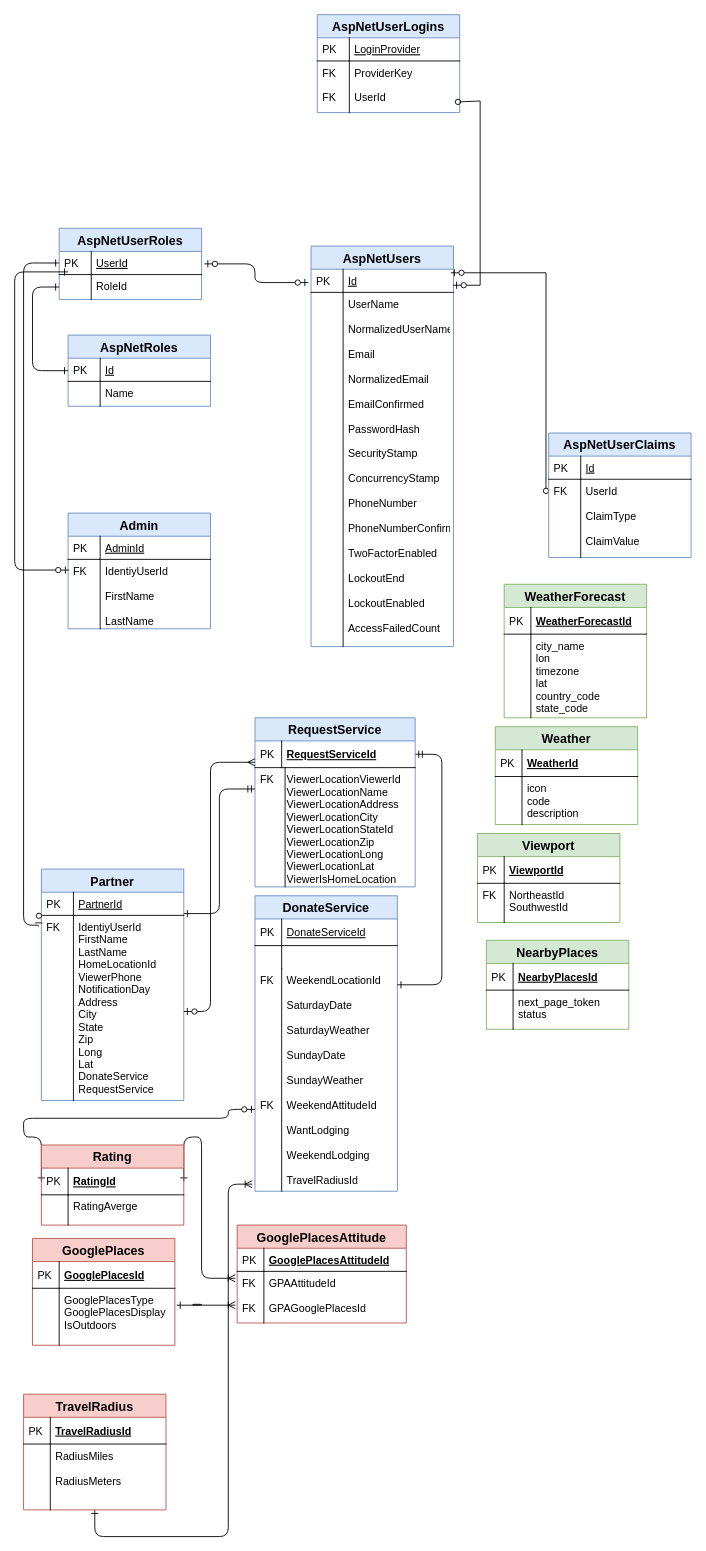
lybargerp2000/Community_Partners keeps this draw.io diagram as CommunityPartners-ER-Diagram.drawio. Above is the earlier version. Source tidied: cells renumbered, new cells numbered last; positions are measured from the earlier drawing's top-left corner, leaving out a move shared by most shapes. Both pictures are drawn from the tidied source at 89%, with x=0, y=0 at pixel (14, 14).
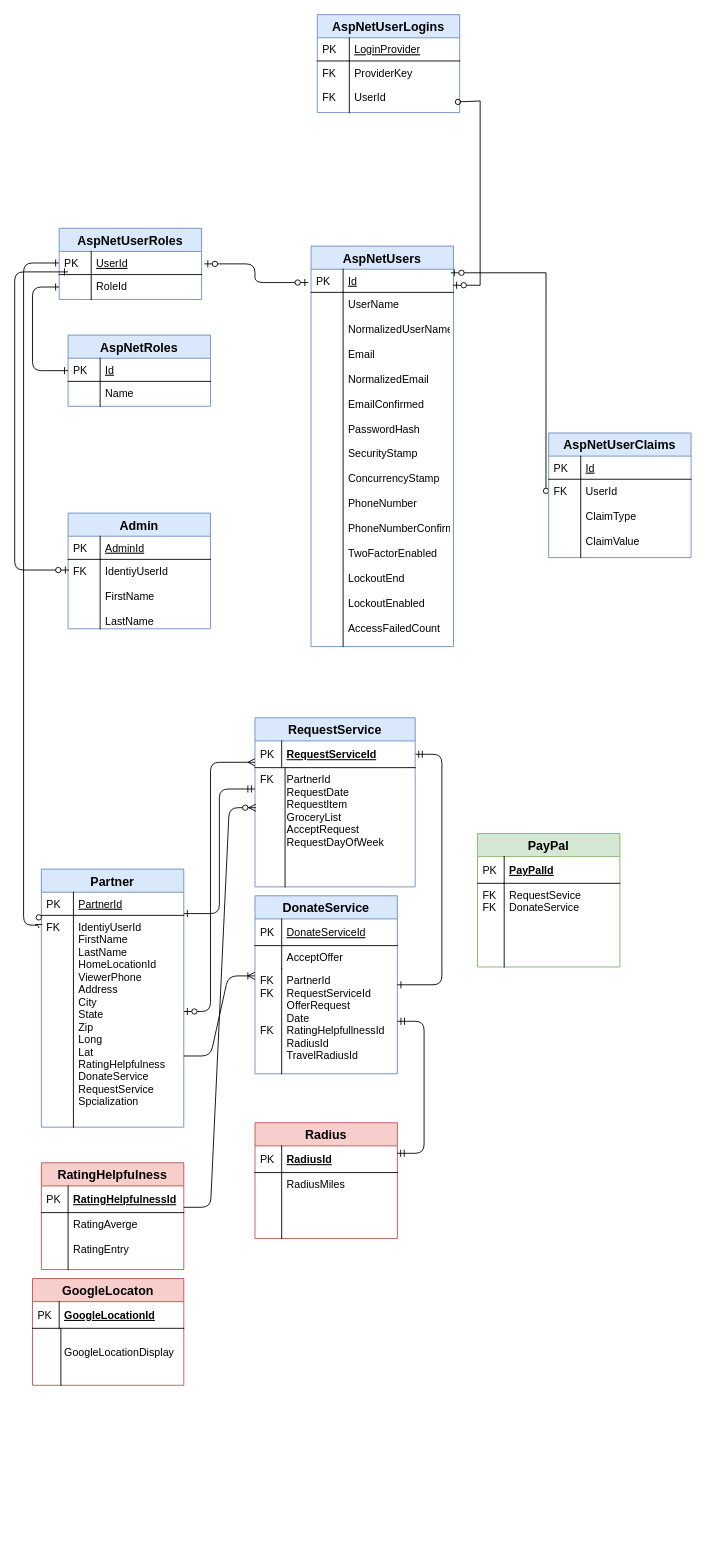
The same diagram, later.

Unchanged cells that the change refers to:
```xml
<mxCell id="15" value="RequestService" style="swimlane;fontStyle=1;horizontal=1;startSize=26;align=center;fontSize=14;fillColor=#dae8fc;strokeColor=#6c8ebf;" parent="1" vertex="1">
  <mxGeometry x="270" y="790" width="180" height="190" as="geometry" />
</mxCell>
```

Diff of the diagram source:
```diff
@@
     <mxCell id="2" value="Partner" style="swimlane;fontStyle=1;horizontal=1;startSize=26;rounded=0;shadow=0;strokeWidth=1;fontSize=14;fillColor=#dae8fc;strokeColor=#6c8ebf;" parent="1" vertex="1">
-      <mxGeometry x="30" y="960" width="160" height="260" as="geometry" />
+      <mxGeometry x="30" y="960" width="160" height="290" as="geometry" />
     </mxCell>
@@
-    <mxCell id="5" value="IdentiyUserId&#10;FirstName&#10;LastName&#10;HomeLocationId&#10;ViewerPhone&#10;NotificationDay&#10;Address&#10;City&#10;State&#10;Zip&#10;Long&#10;Lat&#10;DonateService&#10;RequestService" style="shape=partialRectangle;top=0;left=0;right=0;bottom=0;align=left;verticalAlign=top;fillColor=none;spacingLeft=40;spacingRight=4;overflow=hidden;points=[[0,0.5],[1,0.5]];portConstraint=eastwest;rounded=0;shadow=0;strokeWidth=1;" parent="2" vertex="1">
-      <mxGeometry y="52" width="160" height="208" as="geometry" />
+    <mxCell id="5" value="IdentiyUserId&#10;FirstName&#10;LastName&#10;HomeLocationId&#10;ViewerPhone&#10;Address&#10;City&#10;State&#10;Zip&#10;Long&#10;Lat&#10;RatingHelpfulness&#10;DonateService&#10;RequestService&#10;Spcialization" style="shape=partialRectangle;top=0;left=0;right=0;bottom=0;align=left;verticalAlign=top;fillColor=none;spacingLeft=40;spacingRight=4;overflow=hidden;points=[[0,0.5],[1,0.5]];portConstraint=eastwest;rounded=0;shadow=0;strokeWidth=1;" parent="2" vertex="1">
+      <mxGeometry y="52" width="160" height="238" as="geometry" />
     </mxCell>
     <mxCell id="6" value="FK&#10;" style="shape=partialRectangle;top=0;left=0;bottom=0;fillColor=none;align=left;verticalAlign=top;spacingLeft=4;spacingRight=4;overflow=hidden;" parent="5" vertex="1">
-      <mxGeometry width="36" height="208" as="geometry" />
+      <mxGeometry width="36" height="238" as="geometry" />
     </mxCell>
     <mxCell id="7" value="DonateService" style="swimlane;fontStyle=1;horizontal=1;startSize=26;align=center;fontSize=14;fillColor=#dae8fc;strokeColor=#6c8ebf;" parent="1" vertex="1">
-      <mxGeometry x="270" y="990" width="160" height="332" as="geometry" />
+      <mxGeometry x="270" y="990" width="160" height="200" as="geometry" />
     </mxCell>
@@
-    <mxCell id="10" style="shape=partialRectangle;top=0;left=0;right=0;bottom=0;align=left;verticalAlign=top;fillColor=none;spacingLeft=34;spacingRight=4;overflow=hidden;fontSize=12;" parent="7" vertex="1">
+    <mxCell id="10" value="AcceptOffer" style="shape=partialRectangle;top=0;left=0;right=0;bottom=0;align=left;verticalAlign=top;fillColor=none;spacingLeft=34;spacingRight=4;overflow=hidden;fontSize=12;" parent="7" vertex="1">
       <mxGeometry y="56" width="160" height="26" as="geometry" />
     </mxCell>
@@
-    <mxCell id="12" value="WeekendLocationId&#10;&#10;SaturdayDate&#10;&#10;SaturdayWeather&#10;&#10;SundayDate&#10;&#10;SundayWeather&#10;&#10;WeekendAttitudeId&#10;&#10;WantLodging&#10;&#10;WeekendLodging&#10;&#10;TravelRadiusId" style="shape=partialRectangle;top=0;left=0;right=0;bottom=0;align=left;verticalAlign=top;fillColor=none;spacingLeft=34;spacingRight=4;overflow=hidden;points=[[0,0.5],[1,0.5]];portConstraint=eastwest;fontSize=12;" parent="7" vertex="1">
-      <mxGeometry y="82" width="160" height="250" as="geometry" />
+    <mxCell id="12" value="PartnerId&#10;RequestServiceId&#10;OfferRequest&#10;Date&#10;RatingHelpfullnessId&#10;RadiusId&#10;TravelRadiusId" style="shape=partialRectangle;top=0;left=0;right=0;bottom=0;align=left;verticalAlign=top;fillColor=none;spacingLeft=34;spacingRight=4;overflow=hidden;points=[[0,0.5],[1,0.5]];portConstraint=eastwest;fontSize=12;" parent="7" vertex="1">
+      <mxGeometry y="82" width="160" height="118" as="geometry" />
     </mxCell>
-    <mxCell id="13" value="FK&#10;&#10;&#10;&#10;&#10;&#10;&#10;&#10;&#10;&#10;FK&#10;&#10;&#10;&#10;" style="shape=partialRectangle;top=0;left=0;bottom=0;fillColor=none;align=left;verticalAlign=top;spacingLeft=4;spacingRight=4;overflow=hidden;fontSize=12;" parent="12" vertex="1">
-      <mxGeometry width="30" height="250" as="geometry" />
+    <mxCell id="13" value="FK&#10;FK&#10;&#10;&#10;FK&#10;&#10;&#10;&#10;&#10;&#10;&#10;&#10;&#10;&#10;" style="shape=partialRectangle;top=0;left=0;bottom=0;fillColor=none;align=left;verticalAlign=top;spacingLeft=4;spacingRight=4;overflow=hidden;fontSize=12;" parent="12" vertex="1">
+      <mxGeometry width="30" height="118" as="geometry" />
     </mxCell>
@@
-    <mxCell id="18" value="ViewerLocationViewerId&#10;ViewerLocationName&#10;ViewerLocationAddress&#10;ViewerLocationCity&#10;ViewerLocationStateId&#10;ViewerLocationZip&#10;ViewerLocationLong&#10;ViewerLocationLat&#10;ViewerIsHomeLocation" style="shape=partialRectangle;top=0;left=0;right=0;bottom=0;align=left;verticalAlign=top;fillColor=none;spacingLeft=34;spacingRight=4;overflow=hidden;points=[[0,0.5],[1,0.5]];portConstraint=eastwest;fontSize=12;" parent="15" vertex="1">
+    <mxCell id="18" value="PartnerId&#10;RequestDate&#10;RequestItem&#10;GroceryList&#10;AcceptRequest&#10;RequestDayOfWeek&#10;" style="shape=partialRectangle;top=0;left=0;right=0;bottom=0;align=left;verticalAlign=top;fillColor=none;spacingLeft=34;spacingRight=4;overflow=hidden;points=[[0,0.5],[1,0.5]];portConstraint=eastwest;fontSize=12;" parent="15" vertex="1">
       <mxGeometry y="56" width="180" height="134" as="geometry" />
     </mxCell>
@@
-    <mxCell id="20" value="WeatherForecast" style="swimlane;fontStyle=1;horizontal=1;startSize=26;align=center;fontSize=14;fillColor=#d5e8d4;strokeColor=#82b366;" parent="1" vertex="1">
-      <mxGeometry x="550" y="640" width="160" height="150" as="geometry" />
-    </mxCell>
-    <mxCell id="21" value="WeatherForecastId" style="shape=partialRectangle;top=0;left=0;right=0;bottom=1;align=left;verticalAlign=middle;fillColor=none;spacingLeft=34;spacingRight=4;overflow=hidden;fontStyle=5;fontSize=12;" parent="20" vertex="1">
-      <mxGeometry y="26" width="160" height="30" as="geometry" />
-    </mxCell>
-    <mxCell id="22" value="PK" style="shape=partialRectangle;top=0;left=0;bottom=0;fillColor=none;align=left;verticalAlign=middle;spacingLeft=4;spacingRight=4;overflow=hidden;fontSize=12;" parent="21" vertex="1">
-      <mxGeometry width="30" height="30" as="geometry" />
-    </mxCell>
-    <mxCell id="23" value="city_name&#10;lon&#10;timezone&#10;lat&#10;country_code&#10;state_code" style="shape=partialRectangle;top=0;left=0;right=0;bottom=0;align=left;verticalAlign=top;fillColor=none;spacingLeft=34;spacingRight=4;overflow=hidden;fontSize=12;" parent="20" vertex="1">
-      <mxGeometry y="56" width="160" height="94" as="geometry" />
-    </mxCell>
-    <mxCell id="24" style="shape=partialRectangle;top=0;left=0;bottom=0;fillColor=none;align=left;verticalAlign=top;spacingLeft=4;spacingRight=4;overflow=hidden;fontSize=12;" parent="23" vertex="1">
-      <mxGeometry width="30" height="94" as="geometry" />
-    </mxCell>
@@
-    <mxCell id="26" value="Viewport" style="swimlane;fontStyle=1;horizontal=1;startSize=26;align=center;fontSize=14;fillColor=#d5e8d4;strokeColor=#82b366;" parent="1" vertex="1">
-      <mxGeometry x="520" y="920" width="160" height="100" as="geometry" />
+    <mxCell id="26" value="PayPal" style="swimlane;fontStyle=1;horizontal=1;startSize=26;align=center;fontSize=14;fillColor=#d5e8d4;strokeColor=#82b366;" parent="1" vertex="1">
+      <mxGeometry x="520" y="920" width="160" height="150" as="geometry" />
     </mxCell>
-    <mxCell id="27" value="ViewportId" style="shape=partialRectangle;top=0;left=0;right=0;bottom=1;align=left;verticalAlign=middle;fillColor=none;spacingLeft=34;spacingRight=4;overflow=hidden;fontStyle=5;fontSize=12;" parent="26" vertex="1">
+    <mxCell id="27" value="PayPalId" style="shape=partialRectangle;top=0;left=0;right=0;bottom=1;align=left;verticalAlign=middle;fillColor=none;spacingLeft=34;spacingRight=4;overflow=hidden;fontStyle=5;fontSize=12;" parent="26" vertex="1">
       <mxGeometry y="26" width="160" height="30" as="geometry" />
     </mxCell>
@@
-    <mxCell id="29" value="NortheastId&#10;SouthwestId" style="shape=partialRectangle;top=0;left=0;right=0;bottom=0;align=left;verticalAlign=top;fillColor=none;spacingLeft=34;spacingRight=4;overflow=hidden;fontSize=12;" parent="26" vertex="1">
-      <mxGeometry y="56" width="160" height="44" as="geometry" />
+    <mxCell id="29" value="RequestSevice&#10;DonateService&#10;" style="shape=partialRectangle;top=0;left=0;right=0;bottom=0;align=left;verticalAlign=top;fillColor=none;spacingLeft=34;spacingRight=4;overflow=hidden;fontSize=12;" parent="26" vertex="1">
+      <mxGeometry y="56" width="160" height="94" as="geometry" />
     </mxCell>
-    <mxCell id="30" value="FK" style="shape=partialRectangle;top=0;left=0;bottom=0;fillColor=none;align=left;verticalAlign=top;spacingLeft=4;spacingRight=4;overflow=hidden;fontSize=12;" parent="29" vertex="1">
-      <mxGeometry width="30" height="44" as="geometry" />
+    <mxCell id="30" value="FK&#10;FK" style="shape=partialRectangle;top=0;left=0;bottom=0;fillColor=none;align=left;verticalAlign=top;spacingLeft=4;spacingRight=4;overflow=hidden;fontSize=12;" parent="29" vertex="1">
+      <mxGeometry width="30" height="94" as="geometry" />
     </mxCell>
-    <mxCell id="31" style="edgeStyle=orthogonalEdgeStyle;fontSize=12;html=1;endArrow=ERzeroToOne;endFill=1;exitX=0;exitY=0.5;exitDx=0;exitDy=0;startArrow=ERone;startFill=0;rounded=1;" parent="1" edge="1" source="100">
-      <mxGeometry relative="1" as="geometry">
-        <mxPoint x="270" y="1230" as="targetPoint" />
-        <Array as="points">
-          <mxPoint x="30" y="1261" />
-          <mxPoint x="10" y="1261" />
-          <mxPoint x="10" y="1240" />
-          <mxPoint x="240" y="1240" />
-          <mxPoint x="240" y="1230" />
-        </Array>
-      </mxGeometry>
-    </mxCell>
-    <mxCell id="32" style="edgeStyle=orthogonalEdgeStyle;fontSize=12;html=1;endArrow=ERoneToMany;endFill=0;startArrow=ERone;startFill=0;exitX=1;exitY=0.5;exitDx=0;exitDy=0;entryX=-0.011;entryY=0.134;entryDx=0;entryDy=0;entryPerimeter=0;" parent="1" edge="1" source="100" target="37">
-      <mxGeometry relative="1" as="geometry">
-        <Array as="points">
-          <mxPoint x="210" y="1261" />
-          <mxPoint x="210" y="1420" />
-        </Array>
-      </mxGeometry>
-    </mxCell>
-    <mxCell id="33" style="edgeStyle=orthogonalEdgeStyle;fontSize=12;html=1;endArrow=ERoneToMany;endFill=0;startArrow=ERone;startFill=0;" parent="1" edge="1">
-      <mxGeometry relative="1" as="geometry">
-        <mxPoint x="182" y="1450" as="sourcePoint" />
-        <mxPoint x="248" y="1450" as="targetPoint" />
-        <Array as="points">
-          <mxPoint x="210" y="1450" />
-          <mxPoint x="210" y="1449" />
-          <mxPoint x="200" y="1449" />
-          <mxPoint x="200" y="1450" />
-        </Array>
-      </mxGeometry>
-    </mxCell>
-    <mxCell id="34" value="GooglePlacesAttitude" style="swimlane;fontStyle=1;horizontal=1;startSize=26;align=center;fontSize=14;fillColor=#f8cecc;strokeColor=#b85450;" parent="1" vertex="1">
-      <mxGeometry x="250" y="1360" width="190" height="110" as="geometry" />
-    </mxCell>
-    <mxCell id="35" value="GooglePlacesAttitudeId" style="shape=partialRectangle;top=0;left=0;right=0;bottom=1;align=left;verticalAlign=middle;fillColor=none;spacingLeft=34;spacingRight=4;overflow=hidden;fontStyle=5;fontSize=12;" parent="34" vertex="1">
-      <mxGeometry y="26" width="190" height="26" as="geometry" />
-    </mxCell>
-    <mxCell id="36" value="PK" style="shape=partialRectangle;top=0;left=0;bottom=0;fillColor=none;align=left;verticalAlign=middle;spacingLeft=4;spacingRight=4;overflow=hidden;fontSize=12;" parent="35" vertex="1">
-      <mxGeometry width="30" height="26" as="geometry" />
-    </mxCell>
-    <mxCell id="37" value="GPAAttitudeId&#10;&#10;GPAGooglePlacesId" style="shape=partialRectangle;top=0;left=0;right=0;bottom=0;align=left;verticalAlign=top;fillColor=none;spacingLeft=34;spacingRight=4;overflow=hidden;points=[[0,0.5],[1,0.5]];portConstraint=eastwest;fontSize=12;" parent="34" vertex="1">
-      <mxGeometry y="52" width="190" height="58" as="geometry" />
-    </mxCell>
-    <mxCell id="38" value="FK&#10;&#10;FK" style="shape=partialRectangle;top=0;left=0;bottom=0;fillColor=none;align=left;verticalAlign=top;spacingLeft=4;spacingRight=4;overflow=hidden;fontSize=12;" parent="37" vertex="1">
-      <mxGeometry width="30" height="58" as="geometry" />
-    </mxCell>
@@
-    <mxCell id="41" style="edgeStyle=orthogonalEdgeStyle;fontSize=12;html=1;endArrow=ERoneToMany;endFill=0;startArrow=ERone;startFill=0;rounded=1;entryX=-0.019;entryY=0.968;entryDx=0;entryDy=0;entryPerimeter=0;" parent="1" edge="1" source="90" target="12">
-      <mxGeometry relative="1" as="geometry">
-        <Array as="points">
-          <mxPoint x="90" y="1710" />
-          <mxPoint x="240" y="1710" />
-          <mxPoint x="240" y="1314" />
-        </Array>
-      </mxGeometry>
-    </mxCell>
@@
-    <mxCell id="77" value="Weather" style="swimlane;fontStyle=1;horizontal=1;startSize=26;align=center;fontSize=14;fillColor=#d5e8d4;strokeColor=#82b366;" parent="1" vertex="1">
-      <mxGeometry x="540" y="800" width="160" height="110" as="geometry" />
-    </mxCell>
-    <mxCell id="78" value="WeatherId" style="shape=partialRectangle;top=0;left=0;right=0;bottom=1;align=left;verticalAlign=middle;fillColor=none;spacingLeft=34;spacingRight=4;overflow=hidden;fontStyle=5;fontSize=12;" parent="77" vertex="1">
-      <mxGeometry y="26" width="160" height="30" as="geometry" />
-    </mxCell>
-    <mxCell id="79" value="PK" style="shape=partialRectangle;top=0;left=0;bottom=0;fillColor=none;align=left;verticalAlign=middle;spacingLeft=4;spacingRight=4;overflow=hidden;fontSize=12;" parent="78" vertex="1">
-      <mxGeometry width="30" height="30" as="geometry" />
-    </mxCell>
-    <mxCell id="80" value="icon&#10;code&#10;description" style="shape=partialRectangle;top=0;left=0;right=0;bottom=0;align=left;verticalAlign=top;fillColor=none;spacingLeft=34;spacingRight=4;overflow=hidden;fontSize=12;" parent="77" vertex="1">
-      <mxGeometry y="56" width="160" height="54" as="geometry" />
-    </mxCell>
-    <mxCell id="81" style="shape=partialRectangle;top=0;left=0;bottom=0;fillColor=none;align=left;verticalAlign=top;spacingLeft=4;spacingRight=4;overflow=hidden;fontSize=12;" parent="80" vertex="1">
-      <mxGeometry width="30" height="54" as="geometry" />
-    </mxCell>
-    <mxCell id="82" value="NearbyPlaces" style="swimlane;fontStyle=1;horizontal=1;startSize=26;align=center;fontSize=14;fillColor=#d5e8d4;strokeColor=#82b366;" parent="1" vertex="1">
-      <mxGeometry x="530" y="1040" width="160" height="100" as="geometry" />
-    </mxCell>
-    <mxCell id="83" value="NearbyPlacesId" style="shape=partialRectangle;top=0;left=0;right=0;bottom=1;align=left;verticalAlign=middle;fillColor=none;spacingLeft=34;spacingRight=4;overflow=hidden;fontStyle=5;fontSize=12;" parent="82" vertex="1">
-      <mxGeometry y="26" width="160" height="30" as="geometry" />
-    </mxCell>
-    <mxCell id="84" value="PK" style="shape=partialRectangle;top=0;left=0;bottom=0;fillColor=none;align=left;verticalAlign=middle;spacingLeft=4;spacingRight=4;overflow=hidden;fontSize=12;" parent="83" vertex="1">
-      <mxGeometry width="30" height="30" as="geometry" />
-    </mxCell>
-    <mxCell id="85" value="next_page_token&#10;status" style="shape=partialRectangle;top=0;left=0;right=0;bottom=0;align=left;verticalAlign=top;fillColor=none;spacingLeft=34;spacingRight=4;overflow=hidden;fontSize=12;" parent="82" vertex="1">
-      <mxGeometry y="56" width="160" height="44" as="geometry" />
-    </mxCell>
-    <mxCell id="86" style="shape=partialRectangle;top=0;left=0;bottom=0;fillColor=none;align=left;verticalAlign=top;spacingLeft=4;spacingRight=4;overflow=hidden;fontSize=12;" parent="85" vertex="1">
-      <mxGeometry width="30" height="44" as="geometry" />
-    </mxCell>
-    <mxCell id="87" value="TravelRadius" style="swimlane;fontStyle=1;horizontal=1;startSize=26;align=center;fontSize=14;fillColor=#f8cecc;strokeColor=#b85450;" parent="1" vertex="1">
-      <mxGeometry x="10" y="1550" width="160" height="130" as="geometry" />
+    <mxCell id="87" value="Radius" style="swimlane;fontStyle=1;horizontal=1;startSize=26;align=center;fontSize=14;fillColor=#f8cecc;strokeColor=#b85450;" parent="1" vertex="1">
+      <mxGeometry x="270" y="1245" width="160" height="130" as="geometry" />
     </mxCell>
-    <mxCell id="88" value="TravelRadiusId" style="shape=partialRectangle;top=0;left=0;right=0;bottom=1;align=left;verticalAlign=middle;fillColor=none;spacingLeft=34;spacingRight=4;overflow=hidden;points=[[0,0.5],[1,0.5]];portConstraint=eastwest;fontStyle=5;fontSize=12;" parent="87" vertex="1">
+    <mxCell id="88" value="RadiusId" style="shape=partialRectangle;top=0;left=0;right=0;bottom=1;align=left;verticalAlign=middle;fillColor=none;spacingLeft=34;spacingRight=4;overflow=hidden;points=[[0,0.5],[1,0.5]];portConstraint=eastwest;fontStyle=5;fontSize=12;" parent="87" vertex="1">
       <mxGeometry y="26" width="160" height="30" as="geometry" />
     </mxCell>
@@
-    <mxCell id="90" value="RadiusMiles&#10;&#10;RadiusMeters" style="shape=partialRectangle;top=0;left=0;right=0;bottom=0;align=left;verticalAlign=top;fillColor=none;spacingLeft=34;spacingRight=4;overflow=hidden;points=[[0,0.5],[1,0.5]];portConstraint=eastwest;fontSize=12;" parent="87" vertex="1">
+    <mxCell id="90" value="RadiusMiles&#10;" style="shape=partialRectangle;top=0;left=0;right=0;bottom=0;align=left;verticalAlign=top;fillColor=none;spacingLeft=34;spacingRight=4;overflow=hidden;points=[[0,0.5],[1,0.5]];portConstraint=eastwest;fontSize=12;" parent="87" vertex="1">
       <mxGeometry y="56" width="160" height="74" as="geometry" />
     </mxCell>
@@
-    <mxCell id="92" value="GooglePlaces" style="swimlane;fontStyle=1;horizontal=1;startSize=26;align=center;fontSize=14;fillColor=#f8cecc;strokeColor=#b85450;" parent="1" vertex="1">
-      <mxGeometry x="20" y="1375" width="160" height="120" as="geometry" />
+    <mxCell id="92" value="GoogleLocaton" style="swimlane;fontStyle=1;horizontal=1;startSize=26;align=center;fontSize=14;fillColor=#f8cecc;strokeColor=#b85450;" parent="1" vertex="1">
+      <mxGeometry x="20" y="1420" width="170" height="120" as="geometry" />
     </mxCell>
-    <mxCell id="93" value="GooglePlacesId" style="shape=partialRectangle;top=0;left=0;right=0;bottom=1;align=left;verticalAlign=middle;fillColor=none;spacingLeft=34;spacingRight=4;overflow=hidden;fontStyle=5;fontSize=12;" parent="92" vertex="1">
-      <mxGeometry y="26" width="160" height="30" as="geometry" />
+    <mxCell id="93" value="GoogleLocationId" style="shape=partialRectangle;top=0;left=0;right=0;bottom=1;align=left;verticalAlign=middle;fillColor=none;spacingLeft=34;spacingRight=4;overflow=hidden;fontStyle=5;fontSize=12;" parent="92" vertex="1">
+      <mxGeometry y="26" width="170" height="30" as="geometry" />
     </mxCell>
@@
     <mxCell id="95" style="shape=partialRectangle;top=0;left=0;right=0;bottom=0;align=left;verticalAlign=top;fillColor=none;spacingLeft=34;spacingRight=4;overflow=hidden;fontSize=12;" parent="92" vertex="1">
-      <mxGeometry y="56" width="160" as="geometry" />
+      <mxGeometry y="56" width="170" as="geometry" />
     </mxCell>
@@
-    <mxCell id="97" value="GooglePlacesType&#10;GooglePlacesDisplay&#10;IsOutdoors" style="shape=partialRectangle;top=0;left=0;right=0;bottom=0;align=left;verticalAlign=top;fillColor=none;spacingLeft=34;spacingRight=4;overflow=hidden;fontSize=12;" parent="92" vertex="1">
-      <mxGeometry y="56" width="160" height="64" as="geometry" />
+    <mxCell id="97" value="&#10;GoogleLocationDisplay" style="shape=partialRectangle;top=0;left=0;right=0;bottom=0;align=left;verticalAlign=top;fillColor=none;spacingLeft=34;spacingRight=4;overflow=hidden;fontSize=12;" parent="92" vertex="1">
+      <mxGeometry y="56" width="170" height="64" as="geometry" />
     </mxCell>
     <mxCell id="98" style="shape=partialRectangle;top=0;left=0;bottom=0;fillColor=none;align=left;verticalAlign=top;spacingLeft=4;spacingRight=4;overflow=hidden;fontSize=12;" parent="97" vertex="1">
-      <mxGeometry width="30" height="64" as="geometry" />
+      <mxGeometry width="31.9" height="64" as="geometry" />
     </mxCell>
-    <mxCell id="99" value="Rating" style="swimlane;fontStyle=1;horizontal=1;startSize=26;align=center;fontSize=14;fillColor=#f8cecc;strokeColor=#b85450;" parent="1" vertex="1">
-      <mxGeometry x="30" y="1270" width="160" height="90" as="geometry" />
+    <mxCell id="99" value="RatingHelpfulness" style="swimlane;fontStyle=1;horizontal=1;startSize=26;align=center;fontSize=14;fillColor=#f8cecc;strokeColor=#b85450;" parent="1" vertex="1">
+      <mxGeometry x="30" y="1290" width="160" height="120" as="geometry" />
     </mxCell>
-    <mxCell id="100" value="RatingId" style="shape=partialRectangle;top=0;left=0;right=0;bottom=1;align=left;verticalAlign=middle;fillColor=none;spacingLeft=34;spacingRight=4;overflow=hidden;points=[[0,0.5],[1,0.5]];portConstraint=eastwest;fontStyle=5;fontSize=12;" parent="99" vertex="1">
+    <mxCell id="100" value="RatingHelpfulnessId" style="shape=partialRectangle;top=0;left=0;right=0;bottom=1;align=left;verticalAlign=middle;fillColor=none;spacingLeft=34;spacingRight=4;overflow=hidden;points=[[0,0.5],[1,0.5]];portConstraint=eastwest;fontStyle=5;fontSize=12;" parent="99" vertex="1">
       <mxGeometry y="26" width="160" height="30" as="geometry" />
     </mxCell>
@@
-    <mxCell id="102" value="RatingAverge" style="shape=partialRectangle;top=0;left=0;right=0;bottom=0;align=left;verticalAlign=top;fillColor=none;spacingLeft=34;spacingRight=4;overflow=hidden;fontSize=12;" parent="99" vertex="1">
-      <mxGeometry y="56" width="160" height="34" as="geometry" />
+    <mxCell id="102" value="RatingAverge&#10;&#10;RatingEntry" style="shape=partialRectangle;top=0;left=0;right=0;bottom=0;align=left;verticalAlign=top;fillColor=none;spacingLeft=34;spacingRight=4;overflow=hidden;fontSize=12;" parent="99" vertex="1">
+      <mxGeometry y="56" width="160" height="64" as="geometry" />
     </mxCell>
     <mxCell id="103" style="shape=partialRectangle;top=0;left=0;bottom=0;fillColor=none;align=left;verticalAlign=top;spacingLeft=4;spacingRight=4;overflow=hidden;fontSize=12;" parent="102" vertex="1">
-      <mxGeometry width="30" height="34" as="geometry" />
+      <mxGeometry width="30" height="64" as="geometry" />
     </mxCell>
+    <mxCell id="104" style="edgeStyle=entityRelationEdgeStyle;fontSize=12;html=1;endArrow=ERzeroToMany;endFill=1;entryX=0.006;entryY=0.336;entryDx=0;entryDy=0;entryPerimeter=0;" parent="1" edge="1" target="18">
+      <mxGeometry relative="1" as="geometry">
+        <mxPoint x="190" y="1340" as="sourcePoint" />
+      </mxGeometry>
+    </mxCell>
+    <mxCell id="105" style="edgeStyle=entityRelationEdgeStyle;fontSize=12;html=1;endArrow=ERmandOne;startArrow=ERmandOne;exitX=0.998;exitY=0.278;exitDx=0;exitDy=0;exitPerimeter=0;" parent="1" edge="1" source="88" target="12">
+      <mxGeometry relative="1" as="geometry" />
+    </mxCell>
+    <mxCell id="106" style="edgeStyle=entityRelationEdgeStyle;fontSize=12;html=1;endArrow=ERoneToMany;entryX=0;entryY=0.068;entryDx=0;entryDy=0;entryPerimeter=0;" parent="1" edge="1" target="12">
+      <mxGeometry relative="1" as="geometry">
+        <mxPoint x="190" y="1170" as="sourcePoint" />
+      </mxGeometry>
+    </mxCell>
```
